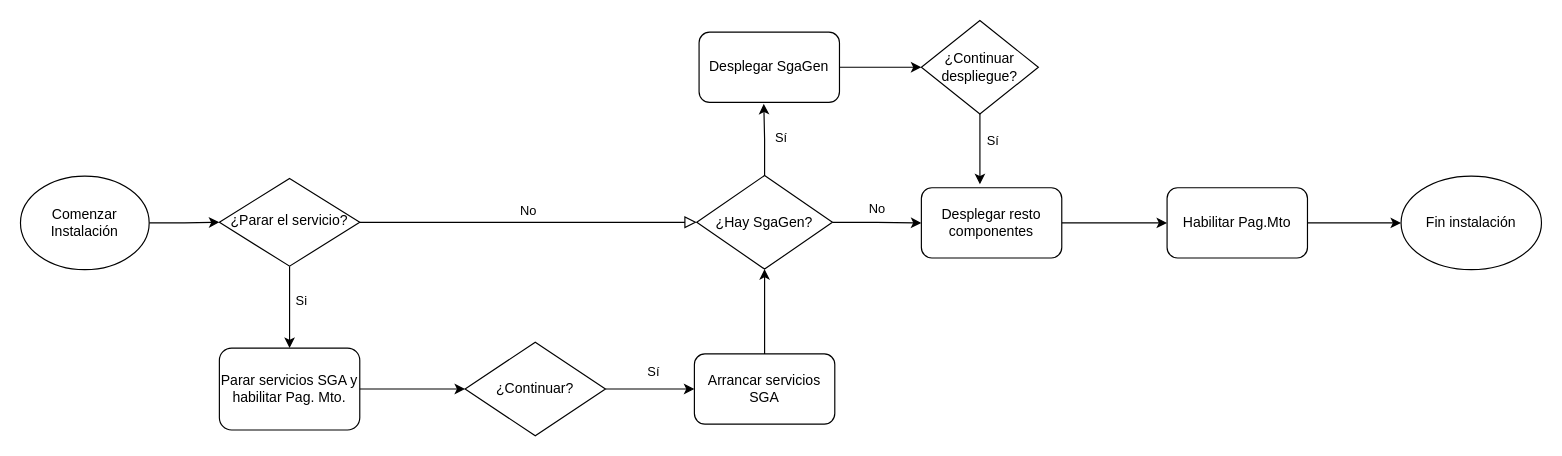
rubenlj/try_git keeps this draw.io diagram as Diagrama sin título.drawio. Above is the earlier version. Source tidied: cells renumbered, new cells numbered last; positions are measured from the earlier drawing's top-left corner, leaving out a move shared by most shapes. Both pictures are drawn from the tidied source at 117%, with x=0, y=0 at pixel (20, 20).
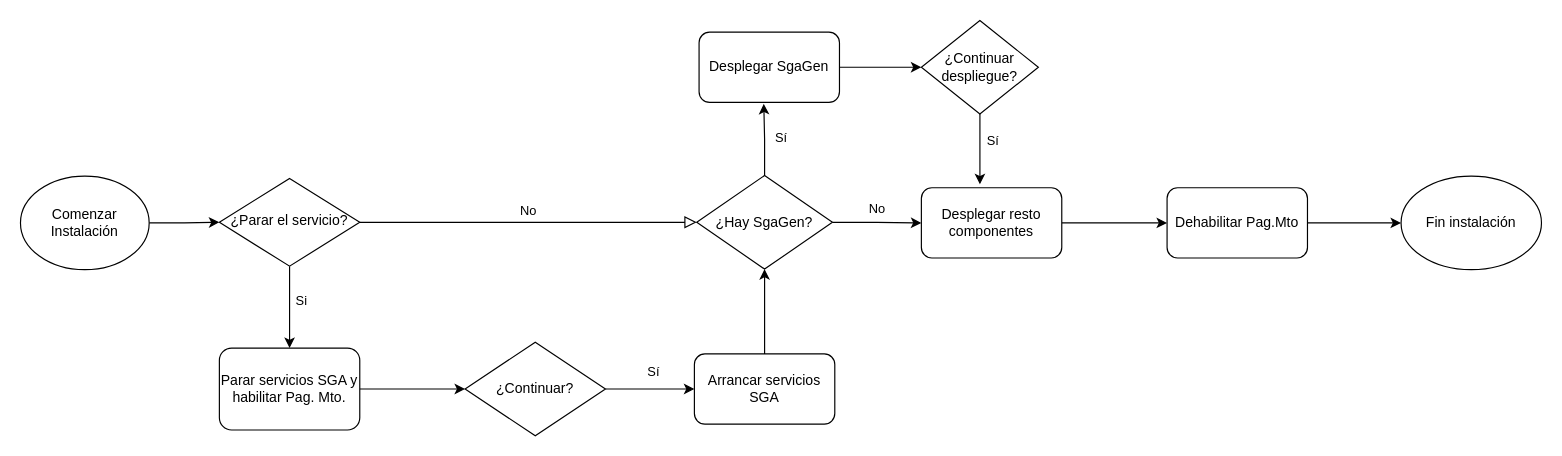
After the change.

The edit, as a diff of the source:
```diff
@@
-    <mxCell id="22" value="Habilitar Pag.Mto" style="rounded=1;whiteSpace=wrap;html=1;" parent="1" vertex="1">
+    <mxCell id="22" value="Dehabilitar Pag.Mto" style="rounded=1;whiteSpace=wrap;html=1;" parent="1" vertex="1">
       <mxGeometry x="980" y="143" width="120" height="60" as="geometry" />
     </mxCell>
```
